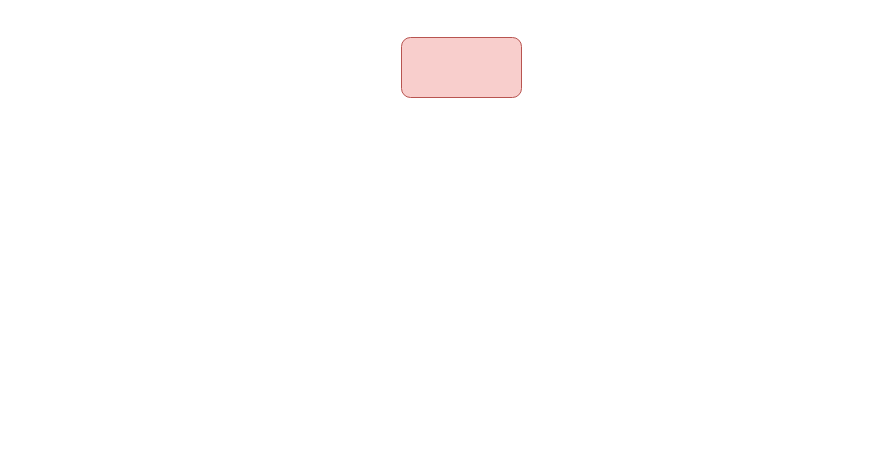
Earlier version of the draw.io diagram Untitled Diagram.drawio (1411057244/diagrams). Source tidied: cells renumbered, new cells numbered last; positions are measured from the earlier drawing's top-left corner, leaving out a move shared by most shapes. Both pictures are drawn from the tidied source at 100%, with x=0, y=0 at pixel (401, 37).
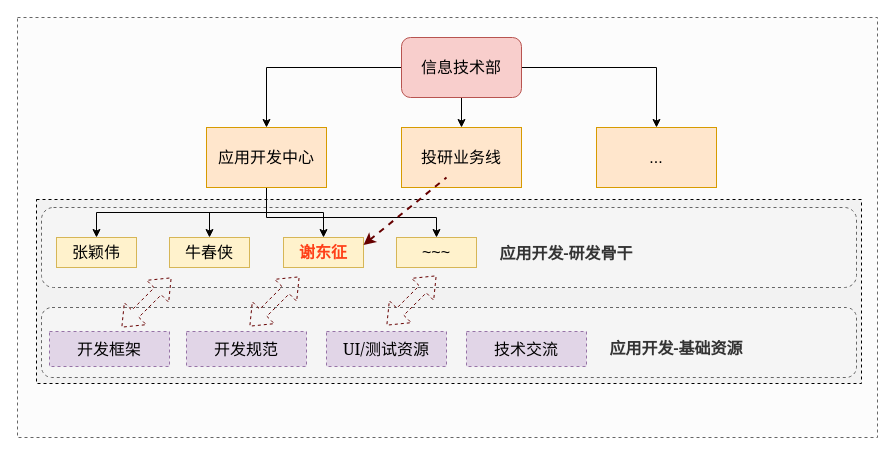
Above is the later version.

Diff of the diagram source:
```diff
@@
+    <mxCell id="3" style="rounded=0;whiteSpace=wrap;html=1;dashed=1;fontFamily=Georgia;fontSize=16;strokeColor=#666666;fontColor=#333333;fillColor=#FCFCFC;" parent="1" vertex="1">
+      <mxGeometry x="-384" y="-20" width="860" height="420" as="geometry" />
+    </mxCell>
+    <mxCell id="4" style="rounded=0;whiteSpace=wrap;html=1;dashed=1;fontFamily=Georgia;fontSize=16;fillColor=#F2F2F2;" parent="1" vertex="1">
+      <mxGeometry x="-365" y="162" width="825" height="184" as="geometry" />
+    </mxCell>
+    <mxCell id="5" style="rounded=1;whiteSpace=wrap;html=1;fontSize=16;fillColor=#f5f5f5;strokeColor=#666666;fontColor=#333333;dashed=1;" parent="1" vertex="1">
+      <mxGeometry x="-360" y="170" width="815" height="80" as="geometry" />
+    </mxCell>
+    <mxCell id="6" style="edgeStyle=orthogonalEdgeStyle;rounded=0;jettySize=auto;html=1;fontSize=16;" parent="1" edge="1" source="2" target="13">
+      <mxGeometry relative="1" as="geometry" />
+    </mxCell>
+    <mxCell id="7" style="edgeStyle=orthogonalEdgeStyle;rounded=0;jettySize=auto;html=1;exitX=0.5;exitY=1;exitDx=0;exitDy=0;entryX=0.5;entryY=0;entryDx=0;entryDy=0;fontSize=16;" parent="1" edge="1" source="2" target="14">
+      <mxGeometry relative="1" as="geometry" />
+    </mxCell>
+    <mxCell id="8" style="edgeStyle=orthogonalEdgeStyle;rounded=0;jettySize=auto;html=1;exitX=1;exitY=0.5;exitDx=0;exitDy=0;entryX=0.5;entryY=0;entryDx=0;entryDy=0;fontSize=16;" parent="1" edge="1" source="2" target="15">
+      <mxGeometry relative="1" as="geometry" />
+    </mxCell>
-    <mxCell id="2" style="rounded=1;whiteSpace=wrap;html=1;fillColor=#f8cecc;strokeColor=#b85450;" parent="1" vertex="1">
+    <mxCell id="2" value="信息技术部" style="rounded=1;whiteSpace=wrap;html=1;fillColor=#f8cecc;strokeColor=#b85450;fontSize=16;" parent="1" vertex="1">
       <mxGeometry width="120" height="60" as="geometry" />
     </mxCell>
+    <mxCell id="9" style="edgeStyle=orthogonalEdgeStyle;rounded=0;jettySize=auto;html=1;exitX=0.5;exitY=1;exitDx=0;exitDy=0;fontSize=16;" parent="1" edge="1" source="13" target="16">
+      <mxGeometry relative="1" as="geometry" />
+    </mxCell>
+    <mxCell id="10" style="edgeStyle=orthogonalEdgeStyle;rounded=0;jettySize=auto;html=1;entryX=0.5;entryY=0;entryDx=0;entryDy=0;fontSize=16;" parent="1" edge="1" source="13" target="17">
+      <mxGeometry relative="1" as="geometry" />
+    </mxCell>
+    <mxCell id="11" style="edgeStyle=orthogonalEdgeStyle;rounded=0;jettySize=auto;html=1;fontSize=16;exitX=0.5;exitY=1;exitDx=0;exitDy=0;" parent="1" edge="1" source="13" target="18">
+      <mxGeometry relative="1" as="geometry" />
+    </mxCell>
+    <mxCell id="12" style="edgeStyle=orthogonalEdgeStyle;rounded=0;jettySize=auto;html=1;startArrow=none;startFill=0;strokeWidth=1;fontSize=16;" parent="1" edge="1" source="13" target="20">
+      <mxGeometry relative="1" as="geometry">
+        <Array as="points">
+          <mxPoint x="-135" y="180" />
+          <mxPoint x="35" y="180" />
+        </Array>
+      </mxGeometry>
+    </mxCell>
+    <mxCell id="13" value="应用开发中心" style="rounded=0;whiteSpace=wrap;html=1;fillColor=#ffe6cc;strokeColor=#d79b00;fontSize=16;" parent="1" vertex="1">
+      <mxGeometry x="-195" y="90" width="120" height="60" as="geometry" />
+    </mxCell>
+    <mxCell id="14" value="投研业务线" style="rounded=0;whiteSpace=wrap;html=1;fillColor=#ffe6cc;strokeColor=#d79b00;fontSize=16;" parent="1" vertex="1">
+      <mxGeometry y="90" width="120" height="60" as="geometry" />
+    </mxCell>
+    <mxCell id="15" value="..." style="rounded=0;whiteSpace=wrap;html=1;fillColor=#ffe6cc;strokeColor=#d79b00;fontSize=16;" parent="1" vertex="1">
+      <mxGeometry x="195" y="90" width="120" height="60" as="geometry" />
+    </mxCell>
+    <mxCell id="16" value="张颖伟" style="rounded=0;whiteSpace=wrap;html=1;fontSize=16;fillColor=#fff2cc;strokeColor=#d6b656;" parent="1" vertex="1">
+      <mxGeometry x="-345" y="200" width="80" height="30" as="geometry" />
+    </mxCell>
+    <mxCell id="17" value="牛春侠" style="rounded=0;whiteSpace=wrap;html=1;fontSize=16;fillColor=#fff2cc;strokeColor=#d6b656;" parent="1" vertex="1">
+      <mxGeometry x="-232" y="200" width="80" height="30" as="geometry" />
+    </mxCell>
+    <mxCell id="18" value="谢东征" style="rounded=0;whiteSpace=wrap;html=1;fontSize=16;fillColor=#fff2cc;strokeColor=#d6b656;fontColor=#FF4019;fontStyle=1;" parent="1" vertex="1">
+      <mxGeometry x="-118" y="200" width="80" height="30" as="geometry" />
+    </mxCell>
+    <mxCell id="19" style="endArrow=none;dashed=1;html=1;strokeWidth=2;fontSize=16;startArrow=classic;startFill=1;exitX=1;exitY=0.25;exitDx=0;exitDy=0;strokeColor=#660000;" parent="1" edge="1" source="18">
+      <mxGeometry relative="1" as="geometry">
+        <mxPoint x="45" y="140" as="targetPoint" />
+      </mxGeometry>
+    </mxCell>
+    <mxCell id="20" value="~~~" style="rounded=0;whiteSpace=wrap;html=1;fontSize=16;fillColor=#fff2cc;strokeColor=#d6b656;" parent="1" vertex="1">
+      <mxGeometry x="-5" y="200" width="80" height="30" as="geometry" />
+    </mxCell>
+    <mxCell id="21" value="应用开发-研发骨干" style="rounded=0;whiteSpace=wrap;html=1;dashed=1;fontSize=16;fillColor=#f5f5f5;fontColor=#333333;strokeColor=none;fontFamily=Georgia;fontStyle=1;" parent="1" vertex="1">
+      <mxGeometry x="85" y="206" width="160" height="20" as="geometry" />
+    </mxCell>
+    <mxCell id="22" style="rounded=1;whiteSpace=wrap;html=1;fontSize=16;fillColor=#f5f5f5;strokeColor=#666666;fontColor=#333333;dashed=1;" parent="1" vertex="1">
+      <mxGeometry x="-360" y="270" width="815" height="70" as="geometry" />
+    </mxCell>
+    <mxCell id="23" style="shape=flexArrow;endArrow=classic;startArrow=classic;html=1;dashed=1;strokeColor=#660000;strokeWidth=1;fontFamily=Georgia;fontSize=16;" parent="1" edge="1">
+      <mxGeometry relative="1" as="geometry">
+        <mxPoint x="-280" y="290" as="sourcePoint" />
+        <mxPoint x="-230" y="240" as="targetPoint" />
+      </mxGeometry>
+    </mxCell>
+    <mxCell id="24" style="shape=flexArrow;endArrow=classic;startArrow=classic;html=1;dashed=1;strokeColor=#660000;strokeWidth=1;fontFamily=Georgia;fontSize=16;" parent="1" edge="1">
+      <mxGeometry relative="1" as="geometry">
+        <mxPoint x="-152" y="289" as="sourcePoint" />
+        <mxPoint x="-102" y="239" as="targetPoint" />
+      </mxGeometry>
+    </mxCell>
+    <mxCell id="25" style="shape=flexArrow;endArrow=classic;startArrow=classic;html=1;dashed=1;strokeColor=#660000;strokeWidth=1;fontFamily=Georgia;fontSize=16;" parent="1" edge="1">
+      <mxGeometry relative="1" as="geometry">
+        <mxPoint x="-15" y="288" as="sourcePoint" />
+        <mxPoint x="35" y="238" as="targetPoint" />
+      </mxGeometry>
+    </mxCell>
+    <mxCell id="26" value="开发框架" style="rounded=0;whiteSpace=wrap;html=1;dashed=1;fontFamily=Georgia;fontSize=16;fillColor=#e1d5e7;strokeColor=#9673a6;" parent="1" vertex="1">
+      <mxGeometry x="-352" y="294" width="120" height="35" as="geometry" />
+    </mxCell>
+    <mxCell id="27" value="开发规范" style="rounded=0;whiteSpace=wrap;html=1;dashed=1;fontFamily=Georgia;fontSize=16;fillColor=#e1d5e7;strokeColor=#9673a6;" parent="1" vertex="1">
+      <mxGeometry x="-215" y="294" width="120" height="35" as="geometry" />
+    </mxCell>
+    <mxCell id="28" value="UI/测试资源" style="rounded=0;whiteSpace=wrap;html=1;dashed=1;fontFamily=Georgia;fontSize=16;fillColor=#e1d5e7;strokeColor=#9673a6;" parent="1" vertex="1">
+      <mxGeometry x="-75" y="294" width="120" height="35" as="geometry" />
+    </mxCell>
+    <mxCell id="29" value="技术交流" style="rounded=0;whiteSpace=wrap;html=1;dashed=1;fontFamily=Georgia;fontSize=16;fillColor=#e1d5e7;strokeColor=#9673a6;" parent="1" vertex="1">
+      <mxGeometry x="65" y="294" width="120" height="35" as="geometry" />
+    </mxCell>
+    <mxCell id="30" value="应用开发-基础资源" style="rounded=0;whiteSpace=wrap;html=1;dashed=1;fontSize=16;fillColor=#f5f5f5;fontColor=#333333;strokeColor=none;fontFamily=Georgia;fontStyle=1;" parent="1" vertex="1">
+      <mxGeometry x="195" y="300" width="160" height="21.5" as="geometry" />
+    </mxCell>
```
